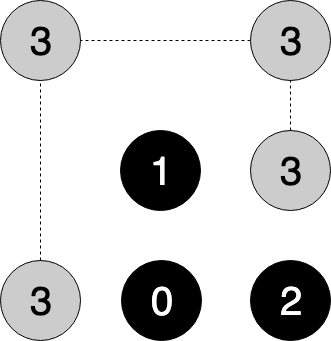
Before: images/shape_formation_process_1.png, a diagram exported from draw.io (anuragg-in/kilobotics). Source tidied: cells renumbered, new cells last; positions are measured from the earlier drawing's top-left corner, leaving out a move shared by most shapes.
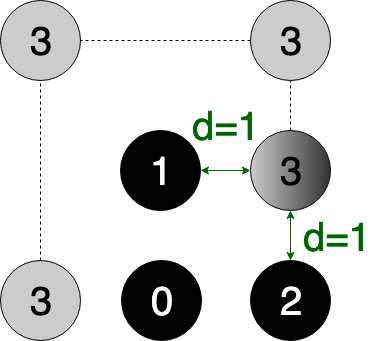
Later version of the same file.

Commit message:
addded codes. updated codes. addeded details in shape formation. updated figures.

The edit, as a diff of the source:
```diff
@@ -30,7 +30,7 @@
     <mxCell id="9" style="endArrow=none;dashed=1;html=1;fontSize=40;" parent="1" edge="1" source="11" target="8">
       <mxGeometry relative="1" as="geometry" />
     </mxCell>
-    <mxCell id="10" value="3" style="ellipse;whiteSpace=wrap;html=1;fillColor=#CCCCCC;fontSize=40;" parent="1" vertex="1">
+    <mxCell id="10" value="3" style="ellipse;whiteSpace=wrap;html=1;fillColor=#CCCCCC;fontSize=40;gradientColor=#333333;gradientDirection=east;" parent="1" vertex="1">
       <mxGeometry x="250" y="130" width="80" height="80" as="geometry" />
     </mxCell>
     <mxCell id="11" value="3" style="ellipse;whiteSpace=wrap;html=1;fillColor=#CCCCCC;fontSize=40;" parent="1" vertex="1">
@@ -39,5 +39,17 @@
     <mxCell id="12" style="endArrow=none;dashed=1;html=1;strokeWidth=1;fontSize=40;" parent="1" edge="1" source="10" target="11">
       <mxGeometry relative="1" as="geometry" />
     </mxCell>
+    <mxCell id="13" style="endArrow=classic;startArrow=classic;html=1;entryX=0;entryY=0.5;entryDx=0;entryDy=0;exitX=1;exitY=0.5;exitDx=0;exitDy=0;fontSize=40;fontColor=#006600;strokeColor=#006600;" parent="1" edge="1" source="2" target="10">
+      <mxGeometry relative="1" as="geometry" />
+    </mxCell>
+    <mxCell id="14" style="endArrow=classic;startArrow=classic;html=1;entryX=0.5;entryY=1;entryDx=0;entryDy=0;exitX=0.5;exitY=0;exitDx=0;exitDy=0;fontSize=40;fontColor=#006600;strokeColor=#006600;" parent="1" edge="1" source="4" target="10">
+      <mxGeometry relative="1" as="geometry" />
+    </mxCell>
+    <mxCell id="15" value="&lt;font color=&quot;#006600&quot;&gt;d=1&lt;/font&gt;" style="text;html=1;align=left;verticalAlign=top;spacingTop=-4;fontSize=40;" parent="1" vertex="1">
+      <mxGeometry x="190" y="99" width="80" height="50" as="geometry" />
+    </mxCell>
+    <mxCell id="16" value="&lt;font color=&quot;#006600&quot;&gt;d=1&lt;/font&gt;" style="text;html=1;align=left;verticalAlign=top;spacingTop=-4;fontSize=40;" parent="1" vertex="1">
+      <mxGeometry x="301" y="210" width="80" height="50" as="geometry" />
+    </mxCell>
   </root>
 </mxGraphModel>
```
